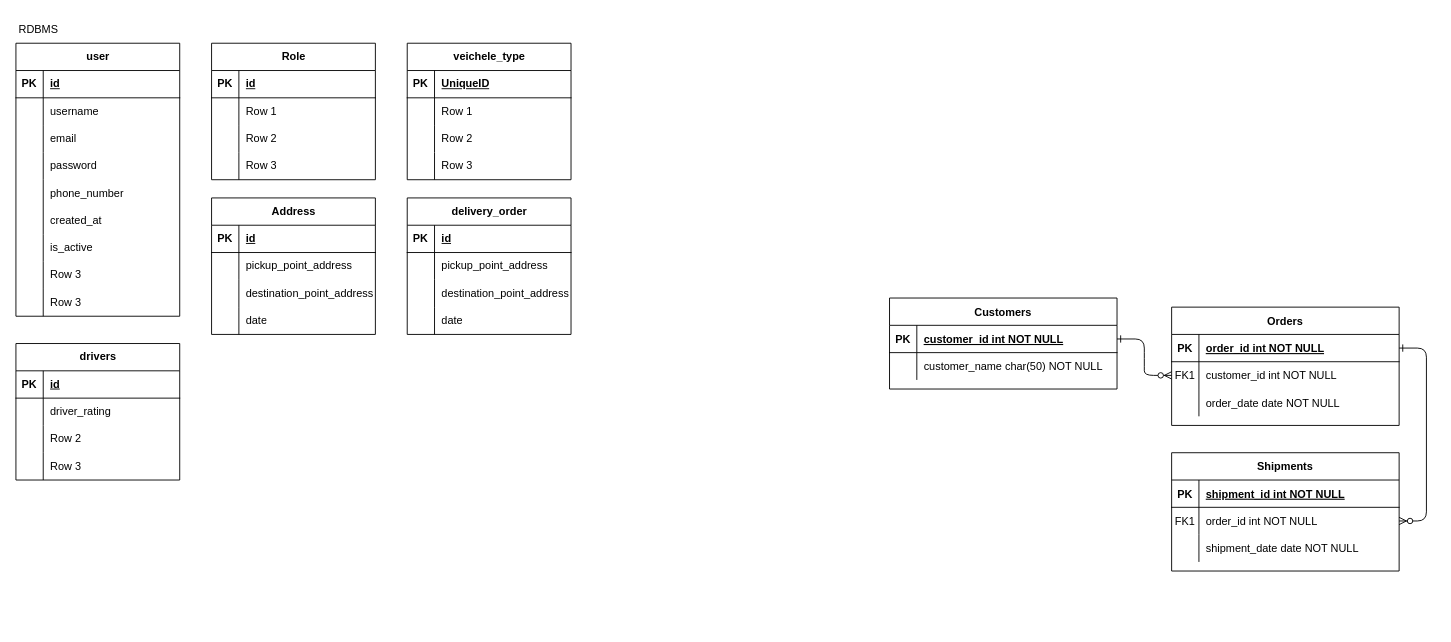
Above: starspace/Untitled Diagram.drawio in DemoNicky/technical-test (draw.io), before the change. Source tidied: cells renumbered, new cells numbered last; positions are measured from the earlier drawing's top-left corner, leaving out a move shared by most shapes. Both pictures are drawn from the tidied source at 91%, with x=0, y=0 at pixel (15, 15).
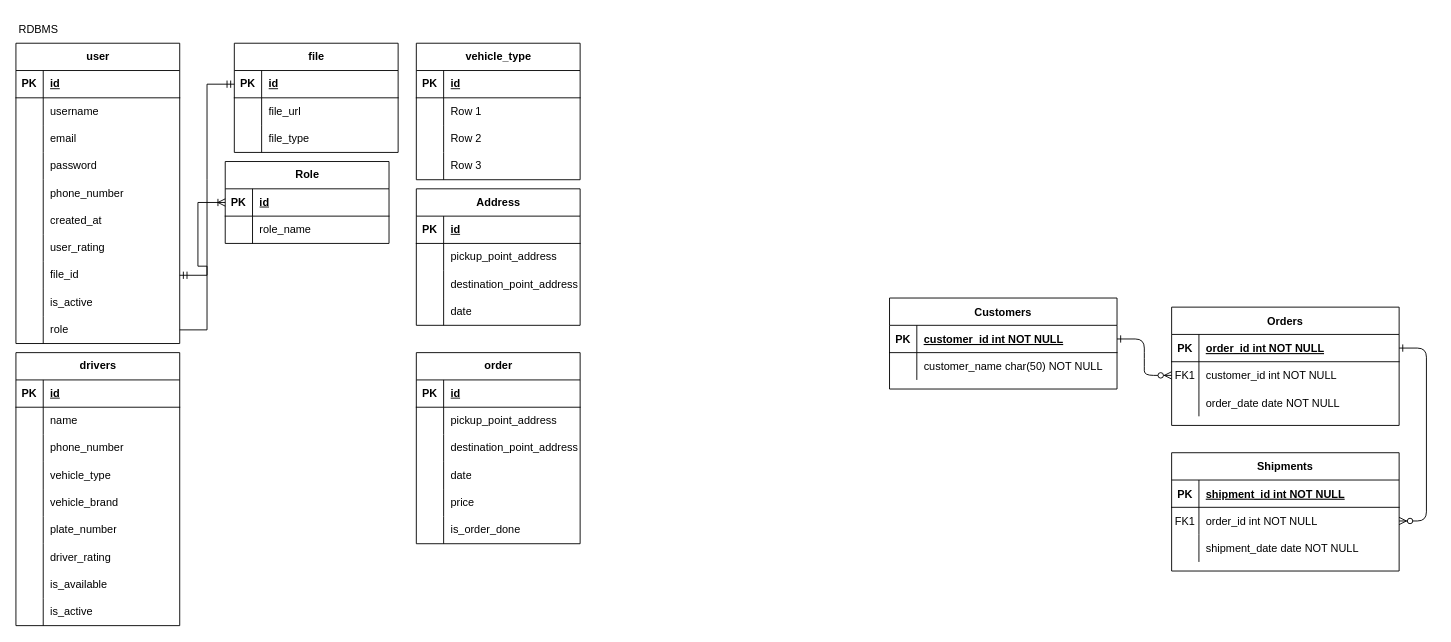
After the change.

The change refers to these unchanged cells:
```xml
<mxCell id="51" style="shape=tableRow;horizontal=0;startSize=0;swimlaneHead=0;swimlaneBody=0;fillColor=none;top=0;left=0;right=0;bottom=0;" parent="32" vertex="1">
  <mxGeometry y="210" width="180" height="30" as="geometry" />
</mxCell>
<mxCell id="54" style="shape=tableRow;horizontal=0;startSize=0;swimlaneHead=0;swimlaneBody=0;fillColor=none;points=[[0,0.5],[1,0.5]];portConstraint=eastwest;top=0;left=0;right=0;bottom=0;" parent="32" vertex="1">
  <mxGeometry y="240" width="180" height="30" as="geometry" />
</mxCell>
<mxCell id="57" style="shape=tableRow;horizontal=0;startSize=0;swimlaneHead=0;swimlaneBody=0;fillColor=none;top=0;left=0;right=0;bottom=0;" parent="32" vertex="1">
  <mxGeometry y="270" width="180" height="30" as="geometry" />
</mxCell>
<mxCell id="74" style="shape=tableRow;horizontal=0;startSize=0;swimlaneHead=0;swimlaneBody=0;fillColor=none;top=0;left=0;right=0;bottom=1;" parent="73" vertex="1">
  <mxGeometry y="30" width="180" height="30" as="geometry" />
</mxCell>
<mxCell id="87" style="shape=tableRow;horizontal=0;startSize=0;swimlaneHead=0;swimlaneBody=0;fillColor=none;points=[[0,0.5],[1,0.5]];portConstraint=eastwest;top=0;left=0;right=0;bottom=1;" parent="86" vertex="1">
  <mxGeometry y="30" width="180" height="30" as="geometry" />
</mxCell>
<mxCell id="90" style="shape=tableRow;horizontal=0;startSize=0;swimlaneHead=0;swimlaneBody=0;fillColor=none;top=0;left=0;right=0;bottom=0;" parent="86" vertex="1">
  <mxGeometry y="60" width="180" height="30" as="geometry" />
</mxCell>
```

What changed in the source:
```diff
@@
     <mxCell id="32" value="user" style="shape=table;startSize=30;childLayout=tableLayout;rowLines=0;fontStyle=1;align=center;html=1;" parent="1" vertex="1">
-      <mxGeometry y="30" width="180" height="300" as="geometry" />
+      <mxGeometry y="30" width="180" height="330" as="geometry" />
     </mxCell>
@@
-    <mxCell id="53" value="is_active" style="shape=partialRectangle;fillColor=none;top=0;left=0;bottom=0;right=0;align=left;spacingLeft=6;overflow=hidden;whiteSpace=wrap;html=1;" parent="51" vertex="1">
+    <mxCell id="53" value="user_rating" style="shape=partialRectangle;fillColor=none;top=0;left=0;bottom=0;right=0;align=left;spacingLeft=6;overflow=hidden;whiteSpace=wrap;html=1;" parent="51" vertex="1">
       <mxGeometry x="30" width="150" height="30" as="geometry" />
     </mxCell>
@@
-    <mxCell id="56" value="Row 3" style="shape=partialRectangle;fillColor=none;top=0;left=0;bottom=0;right=0;align=left;spacingLeft=6;overflow=hidden;whiteSpace=wrap;html=1;" parent="54" vertex="1">
+    <mxCell id="56" value="file_id" style="shape=partialRectangle;fillColor=none;top=0;left=0;bottom=0;right=0;align=left;spacingLeft=6;overflow=hidden;whiteSpace=wrap;html=1;" parent="54" vertex="1">
       <mxGeometry x="30" width="150" height="30" as="geometry" />
     </mxCell>
@@
-    <mxCell id="59" value="Row 3" style="shape=partialRectangle;fillColor=none;top=0;left=0;bottom=0;right=0;align=left;spacingLeft=6;overflow=hidden;whiteSpace=wrap;html=1;" parent="57" vertex="1">
+    <mxCell id="59" value="is_active" style="shape=partialRectangle;fillColor=none;top=0;left=0;bottom=0;right=0;align=left;spacingLeft=6;overflow=hidden;whiteSpace=wrap;html=1;" parent="57" vertex="1">
       <mxGeometry x="30" width="150" height="30" as="geometry" />
     </mxCell>
+    <mxCell id="125" style="shape=tableRow;horizontal=0;startSize=0;swimlaneHead=0;swimlaneBody=0;fillColor=none;points=[[0,0.5],[1,0.5]];portConstraint=eastwest;top=0;left=0;right=0;bottom=0;" parent="32" vertex="1">
+      <mxGeometry y="300" width="180" height="30" as="geometry" />
+    </mxCell>
+    <mxCell id="126" style="shape=partialRectangle;fillColor=none;top=0;left=0;bottom=0;right=0;overflow=hidden;whiteSpace=wrap;html=1;" parent="125" vertex="1">
+      <mxGeometry width="30" height="30" as="geometry" />
+    </mxCell>
+    <mxCell id="127" value="role" style="shape=partialRectangle;fillColor=none;top=0;left=0;bottom=0;right=0;align=left;spacingLeft=6;overflow=hidden;whiteSpace=wrap;html=1;" parent="125" vertex="1">
+      <mxGeometry x="30" width="150" height="30" as="geometry" />
+    </mxCell>
     <mxCell id="60" value="drivers" style="shape=table;startSize=30;childLayout=tableLayout;rowLines=0;fontStyle=1;align=center;html=1;" parent="1" vertex="1">
-      <mxGeometry y="360" width="180" height="150" as="geometry" />
+      <mxGeometry y="370" width="180" height="300" as="geometry" />
     </mxCell>
@@
-    <mxCell id="64" style="shape=tableRow;horizontal=0;startSize=0;swimlaneHead=0;swimlaneBody=0;fillColor=none;top=0;left=0;right=0;bottom=0;" parent="60" vertex="1">
-      <mxGeometry y="60" width="180" height="30" as="geometry" />
-    </mxCell>
-    <mxCell id="65" style="shape=partialRectangle;fillColor=none;top=0;left=0;bottom=0;right=0;overflow=hidden;whiteSpace=wrap;html=1;" parent="64" vertex="1">
-      <mxGeometry width="30" height="30" as="geometry" />
-    </mxCell>
-    <mxCell id="66" value="driver_rating" style="shape=partialRectangle;fillColor=none;top=0;left=0;bottom=0;right=0;align=left;spacingLeft=6;overflow=hidden;whiteSpace=wrap;html=1;" parent="64" vertex="1">
-      <mxGeometry x="30" width="150" height="30" as="geometry" />
-    </mxCell>
     <mxCell id="67" style="shape=tableRow;horizontal=0;startSize=0;swimlaneHead=0;swimlaneBody=0;fillColor=none;top=0;left=0;right=0;bottom=0;" parent="60" vertex="1">
-      <mxGeometry y="90" width="180" height="30" as="geometry" />
+      <mxGeometry y="60" width="180" height="30" as="geometry" />
     </mxCell>
@@
-    <mxCell id="69" value="Row 2" style="shape=partialRectangle;fillColor=none;top=0;left=0;bottom=0;right=0;align=left;spacingLeft=6;overflow=hidden;whiteSpace=wrap;html=1;" parent="67" vertex="1">
+    <mxCell id="69" value="name" style="shape=partialRectangle;fillColor=none;top=0;left=0;bottom=0;right=0;align=left;spacingLeft=6;overflow=hidden;whiteSpace=wrap;html=1;" parent="67" vertex="1">
       <mxGeometry x="30" width="150" height="30" as="geometry" />
     </mxCell>
     <mxCell id="70" style="shape=tableRow;horizontal=0;startSize=0;swimlaneHead=0;swimlaneBody=0;fillColor=none;top=0;left=0;right=0;bottom=0;" parent="60" vertex="1">
-      <mxGeometry y="120" width="180" height="30" as="geometry" />
+      <mxGeometry y="90" width="180" height="30" as="geometry" />
     </mxCell>
@@
-    <mxCell id="72" value="Row 3" style="shape=partialRectangle;fillColor=none;top=0;left=0;bottom=0;right=0;align=left;spacingLeft=6;overflow=hidden;whiteSpace=wrap;html=1;" parent="70" vertex="1">
+    <mxCell id="72" value="phone_number" style="shape=partialRectangle;fillColor=none;top=0;left=0;bottom=0;right=0;align=left;spacingLeft=6;overflow=hidden;whiteSpace=wrap;html=1;" parent="70" vertex="1">
       <mxGeometry x="30" width="150" height="30" as="geometry" />
     </mxCell>
+    <mxCell id="96" style="shape=tableRow;horizontal=0;startSize=0;swimlaneHead=0;swimlaneBody=0;fillColor=none;top=0;left=0;right=0;bottom=0;" parent="60" vertex="1">
+      <mxGeometry y="120" width="180" height="30" as="geometry" />
+    </mxCell>
+    <mxCell id="128" style="shape=partialRectangle;fillColor=none;top=0;left=0;bottom=0;right=0;overflow=hidden;whiteSpace=wrap;html=1;" parent="96" vertex="1">
+      <mxGeometry width="30" height="30" as="geometry" />
+    </mxCell>
+    <mxCell id="129" value="vehicle_type" style="shape=partialRectangle;fillColor=none;top=0;left=0;bottom=0;right=0;align=left;spacingLeft=6;overflow=hidden;whiteSpace=wrap;html=1;" parent="96" vertex="1">
+      <mxGeometry x="30" width="150" height="30" as="geometry" />
+    </mxCell>
+    <mxCell id="64" style="shape=tableRow;horizontal=0;startSize=0;swimlaneHead=0;swimlaneBody=0;fillColor=none;top=0;left=0;right=0;bottom=0;" parent="60" vertex="1">
+      <mxGeometry y="150" width="180" height="30" as="geometry" />
+    </mxCell>
+    <mxCell id="65" style="shape=partialRectangle;fillColor=none;top=0;left=0;bottom=0;right=0;overflow=hidden;whiteSpace=wrap;html=1;" parent="64" vertex="1">
+      <mxGeometry width="30" height="30" as="geometry" />
+    </mxCell>
+    <mxCell id="66" value="vehicle_brand" style="shape=partialRectangle;fillColor=none;top=0;left=0;bottom=0;right=0;align=left;spacingLeft=6;overflow=hidden;whiteSpace=wrap;html=1;" parent="64" vertex="1">
+      <mxGeometry x="30" width="150" height="30" as="geometry" />
+    </mxCell>
+    <mxCell id="130" style="shape=tableRow;horizontal=0;startSize=0;swimlaneHead=0;swimlaneBody=0;fillColor=none;top=0;left=0;right=0;bottom=0;" parent="60" vertex="1">
+      <mxGeometry y="180" width="180" height="30" as="geometry" />
+    </mxCell>
+    <mxCell id="131" style="shape=partialRectangle;fillColor=none;top=0;left=0;bottom=0;right=0;overflow=hidden;whiteSpace=wrap;html=1;" parent="130" vertex="1">
+      <mxGeometry width="30" height="30" as="geometry" />
+    </mxCell>
+    <mxCell id="132" value="plate_number" style="shape=partialRectangle;fillColor=none;top=0;left=0;bottom=0;right=0;align=left;spacingLeft=6;overflow=hidden;whiteSpace=wrap;html=1;" parent="130" vertex="1">
+      <mxGeometry x="30" width="150" height="30" as="geometry" />
+    </mxCell>
+    <mxCell id="133" style="shape=tableRow;horizontal=0;startSize=0;swimlaneHead=0;swimlaneBody=0;fillColor=none;top=0;left=0;right=0;bottom=0;" parent="60" vertex="1">
+      <mxGeometry y="210" width="180" height="30" as="geometry" />
+    </mxCell>
+    <mxCell id="134" style="shape=partialRectangle;fillColor=none;top=0;left=0;bottom=0;right=0;overflow=hidden;whiteSpace=wrap;html=1;" parent="133" vertex="1">
+      <mxGeometry width="30" height="30" as="geometry" />
+    </mxCell>
+    <mxCell id="135" value="driver_rating" style="shape=partialRectangle;fillColor=none;top=0;left=0;bottom=0;right=0;align=left;spacingLeft=6;overflow=hidden;whiteSpace=wrap;html=1;" parent="133" vertex="1">
+      <mxGeometry x="30" width="150" height="30" as="geometry" />
+    </mxCell>
+    <mxCell id="136" style="shape=tableRow;horizontal=0;startSize=0;swimlaneHead=0;swimlaneBody=0;fillColor=none;top=0;left=0;right=0;bottom=0;" parent="60" vertex="1">
+      <mxGeometry y="240" width="180" height="30" as="geometry" />
+    </mxCell>
+    <mxCell id="137" style="shape=partialRectangle;fillColor=none;top=0;left=0;bottom=0;right=0;overflow=hidden;whiteSpace=wrap;html=1;" parent="136" vertex="1">
+      <mxGeometry width="30" height="30" as="geometry" />
+    </mxCell>
+    <mxCell id="138" value="is_available" style="shape=partialRectangle;fillColor=none;top=0;left=0;bottom=0;right=0;align=left;spacingLeft=6;overflow=hidden;whiteSpace=wrap;html=1;" parent="136" vertex="1">
+      <mxGeometry x="30" width="150" height="30" as="geometry" />
+    </mxCell>
+    <mxCell id="139" style="shape=tableRow;horizontal=0;startSize=0;swimlaneHead=0;swimlaneBody=0;fillColor=none;top=0;left=0;right=0;bottom=0;" parent="60" vertex="1">
+      <mxGeometry y="270" width="180" height="30" as="geometry" />
+    </mxCell>
+    <mxCell id="140" style="shape=partialRectangle;fillColor=none;top=0;left=0;bottom=0;right=0;overflow=hidden;whiteSpace=wrap;html=1;" parent="139" vertex="1">
+      <mxGeometry width="30" height="30" as="geometry" />
+    </mxCell>
+    <mxCell id="141" value="is_active" style="shape=partialRectangle;fillColor=none;top=0;left=0;bottom=0;right=0;align=left;spacingLeft=6;overflow=hidden;whiteSpace=wrap;html=1;" parent="139" vertex="1">
+      <mxGeometry x="30" width="150" height="30" as="geometry" />
+    </mxCell>
-    <mxCell id="73" value="veichele_type" style="shape=table;startSize=30;childLayout=tableLayout;rowLines=0;fontStyle=1;align=center;html=1;" parent="1" vertex="1">
-      <mxGeometry x="430" y="30" width="180" height="150" as="geometry" />
+    <mxCell id="73" value="vehicle_type" style="shape=table;startSize=30;childLayout=tableLayout;rowLines=0;fontStyle=1;align=center;html=1;" parent="1" vertex="1">
+      <mxGeometry x="440" y="30" width="180" height="150" as="geometry" />
     </mxCell>
@@
-    <mxCell id="76" value="UniqueID" style="shape=partialRectangle;fillColor=none;top=0;left=0;bottom=0;right=0;align=left;spacingLeft=6;fontStyle=5;overflow=hidden;whiteSpace=wrap;html=1;" parent="74" vertex="1">
+    <mxCell id="76" value="id" style="shape=partialRectangle;fillColor=none;top=0;left=0;bottom=0;right=0;align=left;spacingLeft=6;fontStyle=5;overflow=hidden;whiteSpace=wrap;html=1;" parent="74" vertex="1">
       <mxGeometry x="30" width="150" height="30" as="geometry" />
     </mxCell>
@@
     <mxCell id="86" value="Role" style="shape=table;startSize=30;childLayout=tableLayout;rowLines=0;fontStyle=1;align=center;html=1;" parent="1" vertex="1">
-      <mxGeometry x="215" y="30" width="180" height="150" as="geometry" />
+      <mxGeometry x="230" y="160" width="180" height="90" as="geometry" />
     </mxCell>
@@
-    <mxCell id="92" value="Row 1" style="shape=partialRectangle;fillColor=none;top=0;left=0;bottom=0;right=0;align=left;spacingLeft=6;overflow=hidden;whiteSpace=wrap;html=1;" parent="90" vertex="1">
+    <mxCell id="92" value="role_name" style="shape=partialRectangle;fillColor=none;top=0;left=0;bottom=0;right=0;align=left;spacingLeft=6;overflow=hidden;whiteSpace=wrap;html=1;" parent="90" vertex="1">
       <mxGeometry x="30" width="150" height="30" as="geometry" />
     </mxCell>
-    <mxCell id="93" style="shape=tableRow;horizontal=0;startSize=0;swimlaneHead=0;swimlaneBody=0;fillColor=none;top=0;left=0;right=0;bottom=0;" parent="86" vertex="1">
-      <mxGeometry y="90" width="180" height="30" as="geometry" />
-    </mxCell>
-    <mxCell id="94" style="shape=partialRectangle;fillColor=none;top=0;left=0;bottom=0;right=0;overflow=hidden;whiteSpace=wrap;html=1;" parent="93" vertex="1">
-      <mxGeometry width="30" height="30" as="geometry" />
-    </mxCell>
-    <mxCell id="95" value="Row 2" style="shape=partialRectangle;fillColor=none;top=0;left=0;bottom=0;right=0;align=left;spacingLeft=6;overflow=hidden;whiteSpace=wrap;html=1;" parent="93" vertex="1">
-      <mxGeometry x="30" width="150" height="30" as="geometry" />
-    </mxCell>
-    <mxCell id="96" style="shape=tableRow;horizontal=0;startSize=0;swimlaneHead=0;swimlaneBody=0;fillColor=none;top=0;left=0;right=0;bottom=0;" parent="86" vertex="1">
-      <mxGeometry y="120" width="180" height="30" as="geometry" />
-    </mxCell>
-    <mxCell id="97" style="shape=partialRectangle;fillColor=none;top=0;left=0;bottom=0;right=0;overflow=hidden;whiteSpace=wrap;html=1;" parent="96" vertex="1">
-      <mxGeometry width="30" height="30" as="geometry" />
-    </mxCell>
-    <mxCell id="98" value="Row 3" style="shape=partialRectangle;fillColor=none;top=0;left=0;bottom=0;right=0;align=left;spacingLeft=6;overflow=hidden;whiteSpace=wrap;html=1;" parent="96" vertex="1">
-      <mxGeometry x="30" width="150" height="30" as="geometry" />
-    </mxCell>
     <mxCell id="99" value="Address" style="shape=table;startSize=30;childLayout=tableLayout;rowLines=0;fontStyle=1;align=center;html=1;" parent="1" vertex="1">
-      <mxGeometry x="215" y="200" width="180" height="150" as="geometry" />
+      <mxGeometry x="440" y="190" width="180" height="150" as="geometry" />
     </mxCell>
@@
-    <mxCell id="112" value="delivery_order" style="shape=table;startSize=30;childLayout=tableLayout;rowLines=0;fontStyle=1;align=center;html=1;" parent="1" vertex="1">
-      <mxGeometry x="430" y="200" width="180" height="150" as="geometry" />
+    <mxCell id="112" value="order" style="shape=table;startSize=30;childLayout=tableLayout;rowLines=0;fontStyle=1;align=center;html=1;" parent="1" vertex="1">
+      <mxGeometry x="440" y="370" width="180" height="210" as="geometry" />
     </mxCell>
@@
+    <mxCell id="142" style="shape=tableRow;horizontal=0;startSize=0;swimlaneHead=0;swimlaneBody=0;fillColor=none;top=0;left=0;right=0;bottom=0;" parent="112" vertex="1">
+      <mxGeometry y="150" width="180" height="30" as="geometry" />
+    </mxCell>
+    <mxCell id="143" style="shape=partialRectangle;fillColor=none;top=0;left=0;bottom=0;right=0;overflow=hidden;whiteSpace=wrap;html=1;" parent="142" vertex="1">
+      <mxGeometry width="30" height="30" as="geometry" />
+    </mxCell>
+    <mxCell id="144" value="price" style="shape=partialRectangle;fillColor=none;top=0;left=0;bottom=0;right=0;align=left;spacingLeft=6;overflow=hidden;whiteSpace=wrap;html=1;" parent="142" vertex="1">
+      <mxGeometry x="30" width="150" height="30" as="geometry" />
+    </mxCell>
+    <mxCell id="145" style="shape=tableRow;horizontal=0;startSize=0;swimlaneHead=0;swimlaneBody=0;fillColor=none;top=0;left=0;right=0;bottom=0;" parent="112" vertex="1">
+      <mxGeometry y="180" width="180" height="30" as="geometry" />
+    </mxCell>
+    <mxCell id="146" style="shape=partialRectangle;fillColor=none;top=0;left=0;bottom=0;right=0;overflow=hidden;whiteSpace=wrap;html=1;" parent="145" vertex="1">
+      <mxGeometry width="30" height="30" as="geometry" />
+    </mxCell>
+    <mxCell id="147" value="is_order_done" style="shape=partialRectangle;fillColor=none;top=0;left=0;bottom=0;right=0;align=left;spacingLeft=6;overflow=hidden;whiteSpace=wrap;html=1;" parent="145" vertex="1">
+      <mxGeometry x="30" width="150" height="30" as="geometry" />
+    </mxCell>
+    <mxCell id="148" value="file" style="shape=table;startSize=30;childLayout=tableLayout;rowLines=0;fontStyle=1;align=center;html=1;" parent="1" vertex="1">
+      <mxGeometry x="240" y="30" width="180" height="120" as="geometry" />
+    </mxCell>
+    <mxCell id="149" style="shape=tableRow;horizontal=0;startSize=0;swimlaneHead=0;swimlaneBody=0;fillColor=none;points=[[0,0.5],[1,0.5]];portConstraint=eastwest;top=0;left=0;right=0;bottom=1;" parent="148" vertex="1">
+      <mxGeometry y="30" width="180" height="30" as="geometry" />
+    </mxCell>
+    <mxCell id="150" value="PK" style="shape=partialRectangle;fillColor=none;top=0;left=0;bottom=0;right=0;fontStyle=1;overflow=hidden;whiteSpace=wrap;html=1;" parent="149" vertex="1">
+      <mxGeometry width="30" height="30" as="geometry" />
+    </mxCell>
+    <mxCell id="151" value="id" style="shape=partialRectangle;fillColor=none;top=0;left=0;bottom=0;right=0;align=left;spacingLeft=6;fontStyle=5;overflow=hidden;whiteSpace=wrap;html=1;" parent="149" vertex="1">
+      <mxGeometry x="30" width="150" height="30" as="geometry" />
+    </mxCell>
+    <mxCell id="152" style="shape=tableRow;horizontal=0;startSize=0;swimlaneHead=0;swimlaneBody=0;fillColor=none;top=0;left=0;right=0;bottom=0;" parent="148" vertex="1">
+      <mxGeometry y="60" width="180" height="30" as="geometry" />
+    </mxCell>
+    <mxCell id="153" style="shape=partialRectangle;fillColor=none;top=0;left=0;bottom=0;right=0;overflow=hidden;whiteSpace=wrap;html=1;" parent="152" vertex="1">
+      <mxGeometry width="30" height="30" as="geometry" />
+    </mxCell>
+    <mxCell id="154" value="file_url" style="shape=partialRectangle;fillColor=none;top=0;left=0;bottom=0;right=0;align=left;spacingLeft=6;overflow=hidden;whiteSpace=wrap;html=1;" parent="152" vertex="1">
+      <mxGeometry x="30" width="150" height="30" as="geometry" />
+    </mxCell>
+    <mxCell id="93" style="shape=tableRow;horizontal=0;startSize=0;swimlaneHead=0;swimlaneBody=0;fillColor=none;top=0;left=0;right=0;bottom=0;" parent="148" vertex="1">
+      <mxGeometry y="90" width="180" height="30" as="geometry" />
+    </mxCell>
+    <mxCell id="155" style="shape=partialRectangle;fillColor=none;top=0;left=0;bottom=0;right=0;overflow=hidden;whiteSpace=wrap;html=1;" parent="93" vertex="1">
+      <mxGeometry width="30" height="30" as="geometry" />
+    </mxCell>
+    <mxCell id="156" value="file_type" style="shape=partialRectangle;fillColor=none;top=0;left=0;bottom=0;right=0;align=left;spacingLeft=6;overflow=hidden;whiteSpace=wrap;html=1;" parent="93" vertex="1">
+      <mxGeometry x="30" width="150" height="30" as="geometry" />
+    </mxCell>
+    <mxCell id="157" style="edgeStyle=entityRelationEdgeStyle;fontSize=12;html=1;endArrow=ERmandOne;startArrow=ERmandOne;rounded=0;exitX=1;exitY=0.5;exitDx=0;exitDy=0;entryX=0;entryY=0.5;entryDx=0;entryDy=0;" parent="1" edge="1" source="54" target="149">
+      <mxGeometry relative="1" as="geometry" />
+    </mxCell>
+    <mxCell id="158" style="edgeStyle=entityRelationEdgeStyle;fontSize=12;html=1;endArrow=ERoneToMany;rounded=0;exitX=1;exitY=0.5;exitDx=0;exitDy=0;entryX=0;entryY=0.5;entryDx=0;entryDy=0;" parent="1" edge="1" source="125" target="87">
+      <mxGeometry relative="1" as="geometry">
+        <Array as="points">
+          <mxPoint x="230" y="320" />
+        </Array>
+      </mxGeometry>
+    </mxCell>
```
